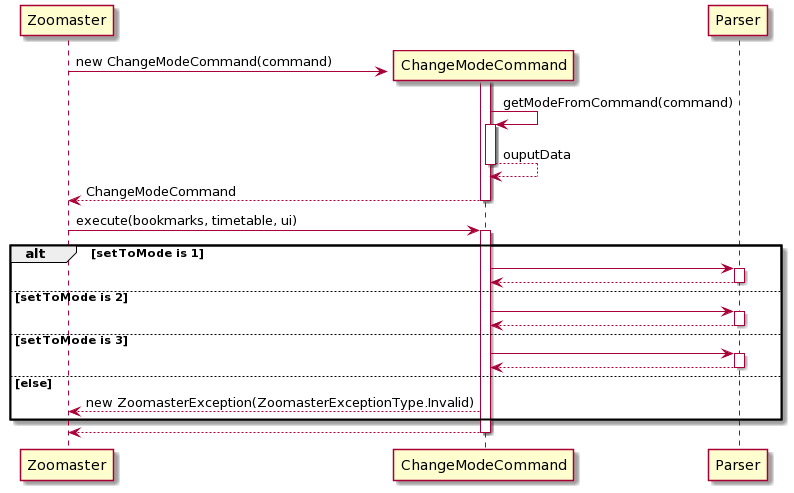
The PlantUML diagram docs/diagrams/ChangeModeCommand seq dia.png in nus-cs2113-AY2021S1/tp, before a commit.
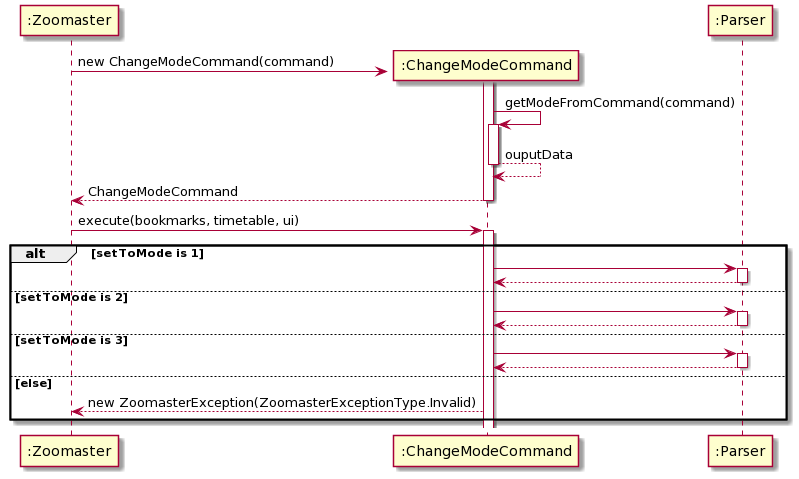
Above is the later version.

What changed in the source:
```diff
@@ -1,45 +1,41 @@
 @startuml
-create Zoomaster
-create ChangeModeCommand
-activate ChangeModeCommand
-Zoomaster -> ChangeModeCommand: new ChangeModeCommand(command)
-ChangeModeCommand -> ChangeModeCommand: getModeFromCommand(command)
-activate ChangeModeCommand
+create ":Zoomaster"
+create ":ChangeModeCommand"
+activate ":ChangeModeCommand"
+":Zoomaster" -> ":ChangeModeCommand": new ChangeModeCommand(command)
+":ChangeModeCommand" -> ":ChangeModeCommand": getModeFromCommand(command)
+activate ":ChangeModeCommand"
 return ouputData
-ChangeModeCommand --> Zoomaster: ChangeModeCommand
-deactivate ChangeModeCommand
+":ChangeModeCommand" --> ":Zoomaster": ChangeModeCommand
+deactivate ":ChangeModeCommand"
 
-Zoomaster -> ChangeModeCommand: execute(bookmarks, timetable, ui)
-activate ChangeModeCommand
+":Zoomaster" -> ":ChangeModeCommand": execute(bookmarks, timetable, ui)
+activate ":ChangeModeCommand"
 
 alt setToMode is 1
 
-ChangeModeCommand -> Parser
-activate Parser
-Parser --> ChangeModeCommand
-deactivate Parser
+":ChangeModeCommand" -> ":Parser"
+activate ":Parser"
+":Parser" --> ":ChangeModeCommand"
+deactivate ":Parser"
 
 else setToMode is 2
 
-ChangeModeCommand -> Parser
-activate Parser
-Parser --> ChangeModeCommand
-deactivate Parser
+":ChangeModeCommand" -> ":Parser"
+activate ":Parser"
+":Parser" --> ":ChangeModeCommand"
+deactivate ":Parser"
 
 else setToMode is 3
 
-ChangeModeCommand -> Parser
-activate Parser
-Parser --> ChangeModeCommand
-deactivate Parser
-
+":ChangeModeCommand" -> ":Parser"
+activate ":Parser"
+":Parser" --> ":ChangeModeCommand"
+deactivate ":Parser"
 
 else else
 
-ChangeModeCommand --> Zoomaster: new ZoomasterException(ZoomasterExceptionType.Invalid)
+":ChangeModeCommand" --> ":Zoomaster": new ZoomasterException(ZoomasterExceptionType.Invalid)
 
 end
-
-ChangeModeCommand --> Zoomaster
-deactivate ChangeModeCommand
 @enduml
```
